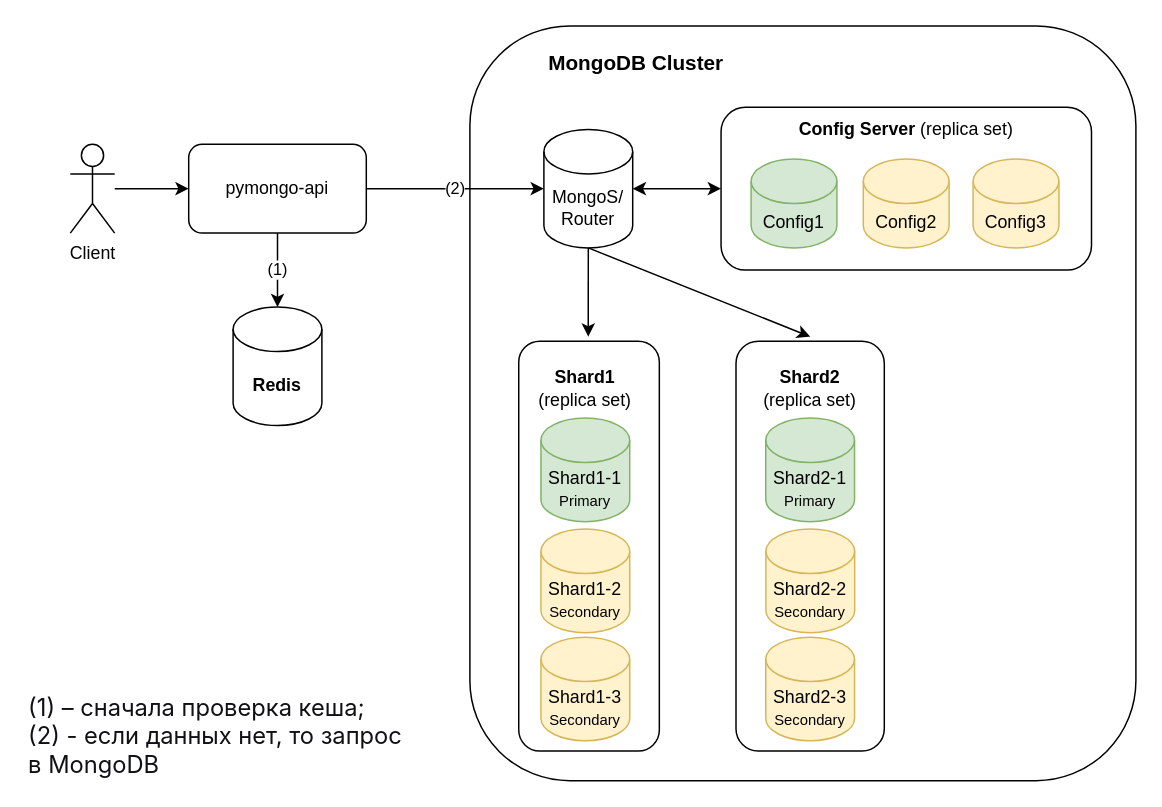
afakhrieva/architecture-pro-black_friday keeps this draw.io diagram as page "step-3 (final)" (4 of 4) of Task1-drawio/task1.drawio. Above is the earlier version. Source tidied: cells renumbered, new cells numbered last; positions are measured from the earlier drawing's top-left corner, leaving out a move shared by most shapes. Both pictures are drawn from the tidied source at 148%, with x=0, y=0 at pixel (25, 25).
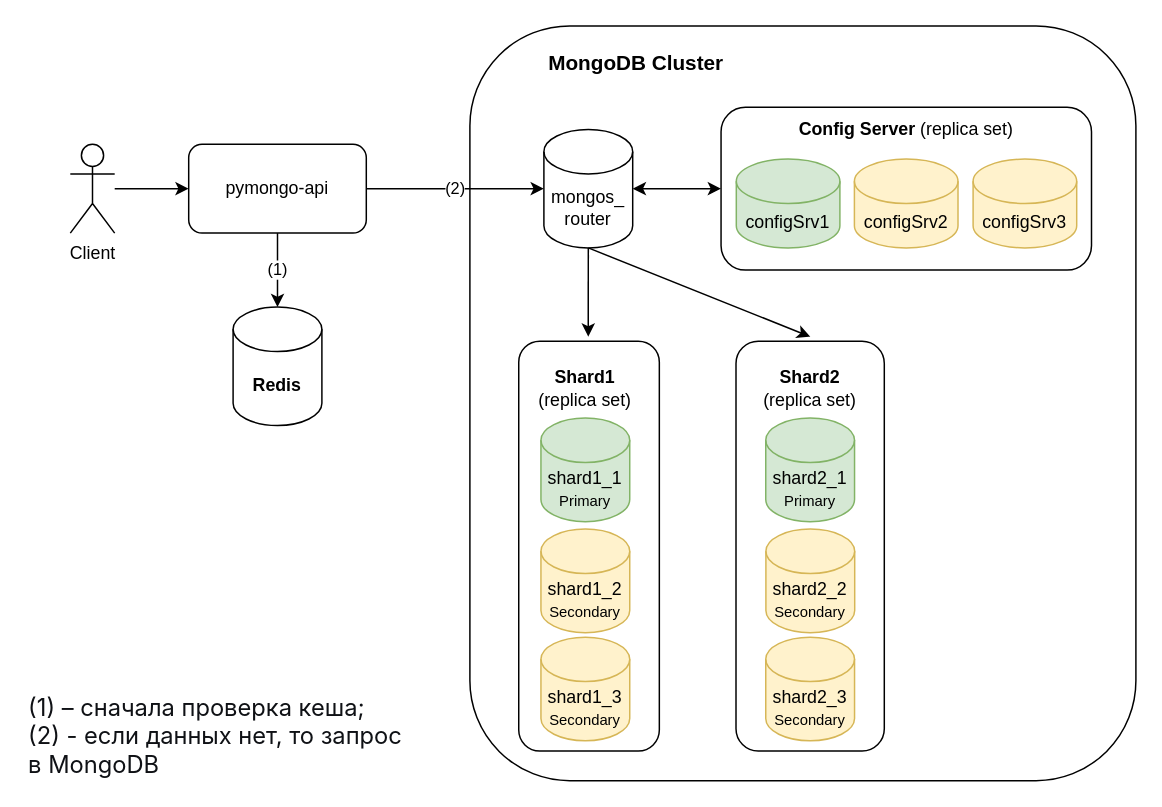
After the change.

Change to the diagram source:
```diff
@@
-    <mxCell id="10" value="MongoS/&lt;br&gt;Router" style="shape=cylinder3;whiteSpace=wrap;html=1;boundedLbl=1;backgroundOutline=1;size=15;" parent="1" vertex="1">
+    <mxCell id="10" value="mongos_&lt;br&gt;router" style="shape=cylinder3;whiteSpace=wrap;html=1;boundedLbl=1;backgroundOutline=1;size=15;" parent="1" vertex="1">
       <mxGeometry x="350" y="70" width="60" height="80" as="geometry" />
     </mxCell>
@@
-    <mxCell id="12" value="Shard1-1&lt;br&gt;&lt;font style=&quot;font-size: 10px;&quot;&gt;Primary&lt;/font&gt;" style="shape=cylinder3;whiteSpace=wrap;html=1;boundedLbl=1;backgroundOutline=1;size=15;fillColor=#d5e8d4;strokeColor=#82b366;" parent="1" vertex="1">
+    <mxCell id="12" value="shard1_1&lt;br&gt;&lt;font style=&quot;font-size: 10px;&quot;&gt;Primary&lt;/font&gt;" style="shape=cylinder3;whiteSpace=wrap;html=1;boundedLbl=1;backgroundOutline=1;size=15;fillColor=#d5e8d4;strokeColor=#82b366;" parent="1" vertex="1">
       <mxGeometry x="348" y="265" width="60" height="70" as="geometry" />
     </mxCell>
@@
-    <mxCell id="14" value="Shard1-2&lt;br&gt;&lt;font style=&quot;font-size: 10px;&quot;&gt;Secondary&lt;/font&gt;" style="shape=cylinder3;whiteSpace=wrap;html=1;boundedLbl=1;backgroundOutline=1;size=15;fillColor=#fff2cc;strokeColor=#d6b656;" parent="1" vertex="1">
+    <mxCell id="14" value="shard1_2&lt;br&gt;&lt;font style=&quot;font-size: 10px;&quot;&gt;Secondary&lt;/font&gt;" style="shape=cylinder3;whiteSpace=wrap;html=1;boundedLbl=1;backgroundOutline=1;size=15;fillColor=#fff2cc;strokeColor=#d6b656;" parent="1" vertex="1">
       <mxGeometry x="348" y="340" width="60" height="70" as="geometry" />
     </mxCell>
@@
-    <mxCell id="18" value="Shard1-3&lt;br&gt;&lt;font style=&quot;font-size: 10px;&quot;&gt;Secondary&lt;/font&gt;" style="shape=cylinder3;whiteSpace=wrap;html=1;boundedLbl=1;backgroundOutline=1;size=15;fillColor=#fff2cc;strokeColor=#d6b656;" parent="1" vertex="1">
+    <mxCell id="18" value="shard1_3&lt;br&gt;&lt;font style=&quot;font-size: 10px;&quot;&gt;Secondary&lt;/font&gt;" style="shape=cylinder3;whiteSpace=wrap;html=1;boundedLbl=1;backgroundOutline=1;size=15;fillColor=#fff2cc;strokeColor=#d6b656;" parent="1" vertex="1">
       <mxGeometry x="348" y="413" width="60" height="70" as="geometry" />
     </mxCell>
-    <mxCell id="19" value="Shard2-1&lt;br&gt;&lt;font style=&quot;font-size: 10px;&quot;&gt;Primary&lt;/font&gt;" style="shape=cylinder3;whiteSpace=wrap;html=1;boundedLbl=1;backgroundOutline=1;size=15;fillColor=#d5e8d4;strokeColor=#82b366;" parent="1" vertex="1">
+    <mxCell id="19" value="shard2_1&lt;br&gt;&lt;font style=&quot;font-size: 10px;&quot;&gt;Primary&lt;/font&gt;" style="shape=cylinder3;whiteSpace=wrap;html=1;boundedLbl=1;backgroundOutline=1;size=15;fillColor=#d5e8d4;strokeColor=#82b366;" parent="1" vertex="1">
       <mxGeometry x="499.9" y="265" width="60" height="70" as="geometry" />
     </mxCell>
-    <mxCell id="20" value="Shard2-2&lt;br&gt;&lt;font style=&quot;font-size: 10px;&quot;&gt;Secondary&lt;/font&gt;" style="shape=cylinder3;whiteSpace=wrap;html=1;boundedLbl=1;backgroundOutline=1;size=15;fillColor=#fff2cc;strokeColor=#d6b656;" parent="1" vertex="1">
+    <mxCell id="20" value="shard2_2&lt;br&gt;&lt;font style=&quot;font-size: 10px;&quot;&gt;Secondary&lt;/font&gt;" style="shape=cylinder3;whiteSpace=wrap;html=1;boundedLbl=1;backgroundOutline=1;size=15;fillColor=#fff2cc;strokeColor=#d6b656;" parent="1" vertex="1">
       <mxGeometry x="500" y="340" width="60" height="70" as="geometry" />
     </mxCell>
-    <mxCell id="21" value="Shard2-3&lt;br&gt;&lt;font style=&quot;font-size: 10px;&quot;&gt;Secondary&lt;/font&gt;" style="shape=cylinder3;whiteSpace=wrap;html=1;boundedLbl=1;backgroundOutline=1;size=15;fillColor=#fff2cc;strokeColor=#d6b656;" parent="1" vertex="1">
+    <mxCell id="21" value="shard2_3&lt;br&gt;&lt;font style=&quot;font-size: 10px;&quot;&gt;Secondary&lt;/font&gt;" style="shape=cylinder3;whiteSpace=wrap;html=1;boundedLbl=1;backgroundOutline=1;size=15;fillColor=#fff2cc;strokeColor=#d6b656;" parent="1" vertex="1">
       <mxGeometry x="499.9" y="413" width="60" height="70" as="geometry" />
     </mxCell>
@@
-    <mxCell id="26" value="Config1" style="shape=cylinder3;whiteSpace=wrap;html=1;boundedLbl=1;backgroundOutline=1;size=15;fillColor=#d5e8d4;strokeColor=#82b366;" parent="1" vertex="1">
-      <mxGeometry x="490" y="90" width="58" height="60" as="geometry" />
+    <mxCell id="26" value="configSrv1" style="shape=cylinder3;whiteSpace=wrap;html=1;boundedLbl=1;backgroundOutline=1;size=15;fillColor=#d5e8d4;strokeColor=#82b366;" parent="1" vertex="1">
+      <mxGeometry x="480" y="90" width="70" height="60" as="geometry" />
     </mxCell>
-    <mxCell id="27" value="Config2" style="shape=cylinder3;whiteSpace=wrap;html=1;boundedLbl=1;backgroundOutline=1;size=15;fillColor=#fff2cc;strokeColor=#d6b656;" parent="1" vertex="1">
-      <mxGeometry x="565.8" y="90" width="58" height="60" as="geometry" />
-    </mxCell>
-    <mxCell id="28" value="Config3" style="shape=cylinder3;whiteSpace=wrap;html=1;boundedLbl=1;backgroundOutline=1;size=15;fillColor=#fff2cc;strokeColor=#d6b656;" parent="1" vertex="1">
-      <mxGeometry x="640" y="90" width="58" height="60" as="geometry" />
-    </mxCell>
@@
+    <mxCell id="30" value="configSrv2" style="shape=cylinder3;whiteSpace=wrap;html=1;boundedLbl=1;backgroundOutline=1;size=15;fillColor=#fff2cc;strokeColor=#d6b656;" parent="1" vertex="1">
+      <mxGeometry x="559.8" y="90" width="70" height="60" as="geometry" />
+    </mxCell>
+    <mxCell id="31" value="configSrv3" style="shape=cylinder3;whiteSpace=wrap;html=1;boundedLbl=1;backgroundOutline=1;size=15;fillColor=#fff2cc;strokeColor=#d6b656;" parent="1" vertex="1">
+      <mxGeometry x="640" y="90" width="70" height="60" as="geometry" />
+    </mxCell>
```
